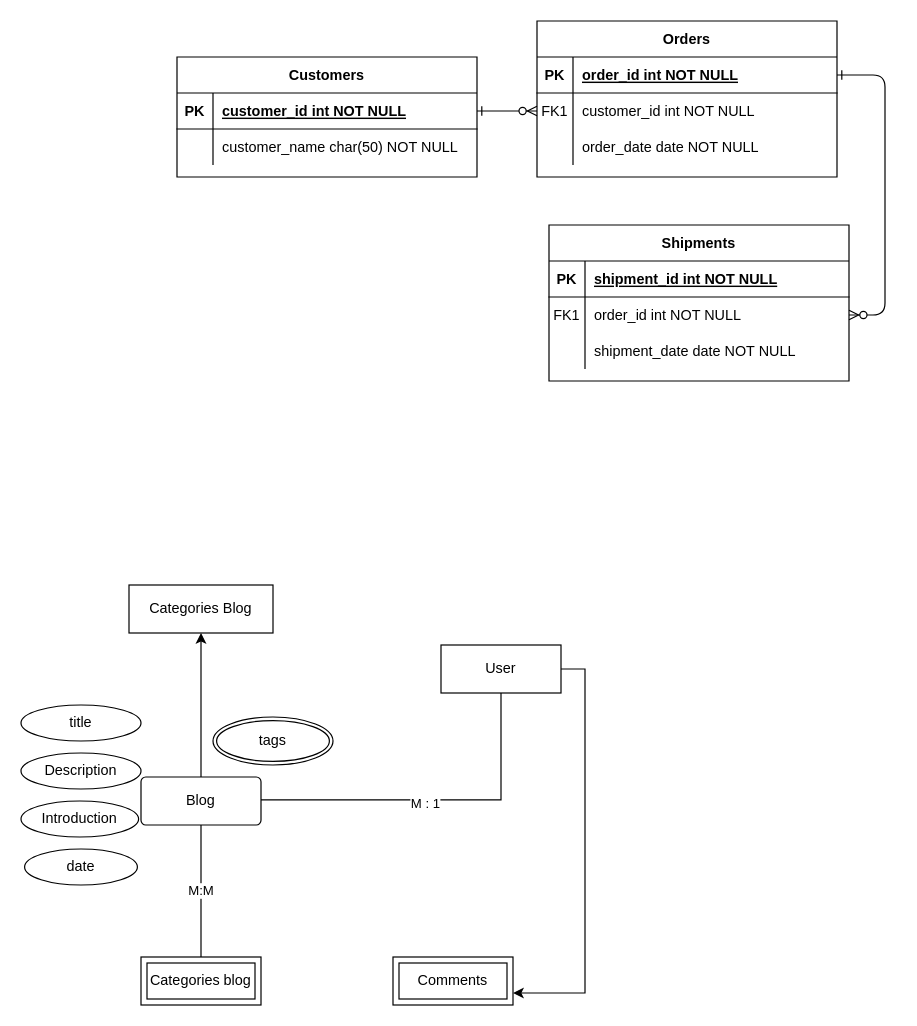
This is ER_dynamization.drawio from richruizv/platzi_master_startup, a draw.io file, before an edit. Source tidied: cells renumbered, new cells numbered last; positions are measured from the earlier drawing's top-left corner, leaving out a move shared by most shapes. Both pictures are drawn from the tidied source at 120%, with x=0, y=0 at pixel (20, 20).
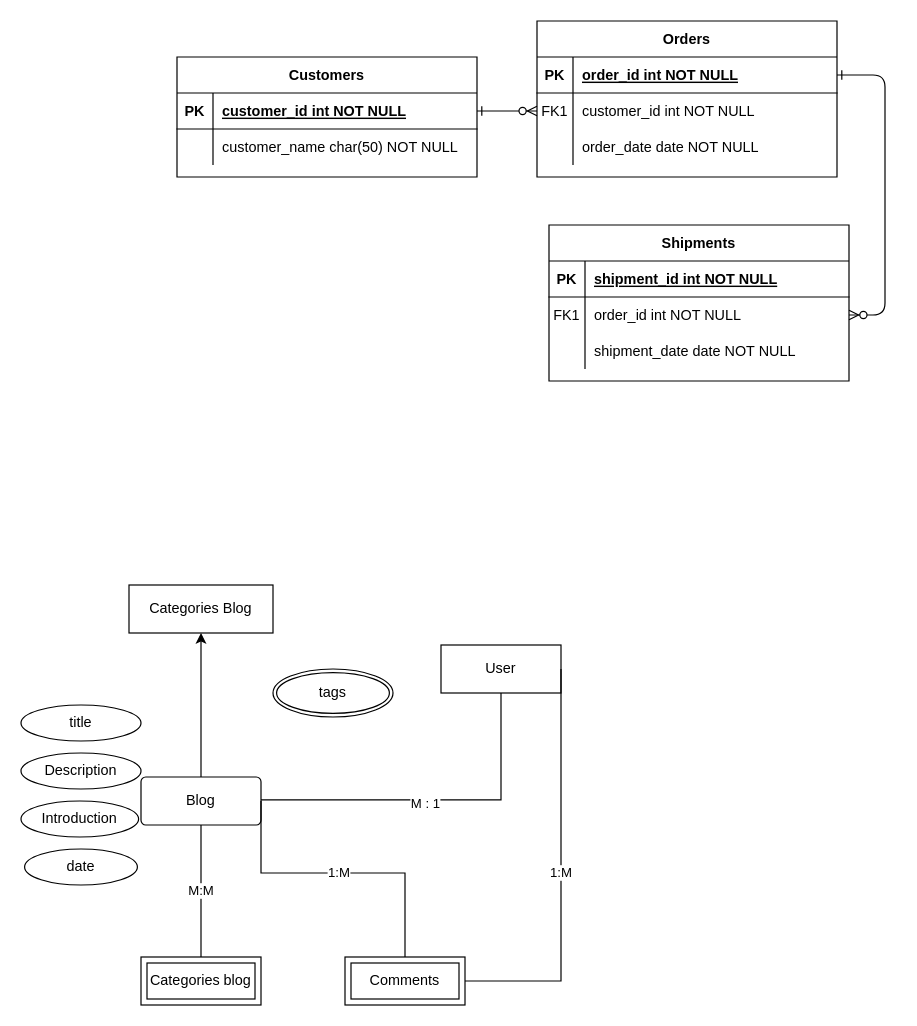
The same diagram, later.

Unchanged cells that the change refers to:
```xml
<mxCell id="32" value="Blog" style="rounded=1;arcSize=10;whiteSpace=wrap;html=1;align=center;" parent="1" vertex="1">
  <mxGeometry x="100" y="630" width="100" height="40" as="geometry" />
</mxCell>
<mxCell id="37" value="User" style="whiteSpace=wrap;html=1;align=center;" parent="1" vertex="1">
  <mxGeometry x="350" y="520" width="100" height="40" as="geometry" />
</mxCell>
```

What changed in the source:
```diff
@@
-    <mxCell id="36" style="edgeStyle=orthogonalEdgeStyle;rounded=0;jettySize=auto;html=1;entryX=1;entryY=0.75;entryDx=0;entryDy=0;" parent="1" edge="1" source="37" target="39">
-      <mxGeometry relative="1" as="geometry">
-        <Array as="points">
-          <mxPoint x="470" y="540" />
-          <mxPoint x="470" y="810" />
-        </Array>
-      </mxGeometry>
-    </mxCell>
@@
     <mxCell id="39" value="Comments" style="shape=ext;margin=3;double=1;whiteSpace=wrap;html=1;align=center;" parent="1" vertex="1">
-      <mxGeometry x="310" y="780" width="100" height="40" as="geometry" />
+      <mxGeometry x="270" y="780" width="100" height="40" as="geometry" />
     </mxCell>
@@
     <mxCell id="41" value="tags" style="ellipse;shape=doubleEllipse;margin=3;whiteSpace=wrap;html=1;align=center;" parent="1" vertex="1">
-      <mxGeometry x="160" y="580" width="100" height="40" as="geometry" />
+      <mxGeometry x="210" y="540" width="100" height="40" as="geometry" />
     </mxCell>
@@
+    <mxCell id="36" value="1:M" style="endArrow=none;html=1;rounded=0;exitX=1;exitY=0.5;exitDx=0;exitDy=0;entryX=1;entryY=0.5;entryDx=0;entryDy=0;" parent="1" edge="1" source="37" target="39">
+      <mxGeometry relative="1" as="geometry">
+        <Array as="points">
+          <mxPoint x="450" y="800" />
+        </Array>
+      </mxGeometry>
+    </mxCell>
+    <mxCell id="46" value="1:M" style="endArrow=none;html=1;rounded=0;exitX=1;exitY=0.5;exitDx=0;exitDy=0;entryX=0.5;entryY=0;entryDx=0;entryDy=0;" parent="1" edge="1" source="32" target="39">
+      <mxGeometry relative="1" as="geometry">
+        <Array as="points">
+          <mxPoint x="200" y="710" />
+          <mxPoint x="320" y="710" />
+        </Array>
+      </mxGeometry>
+    </mxCell>
```
